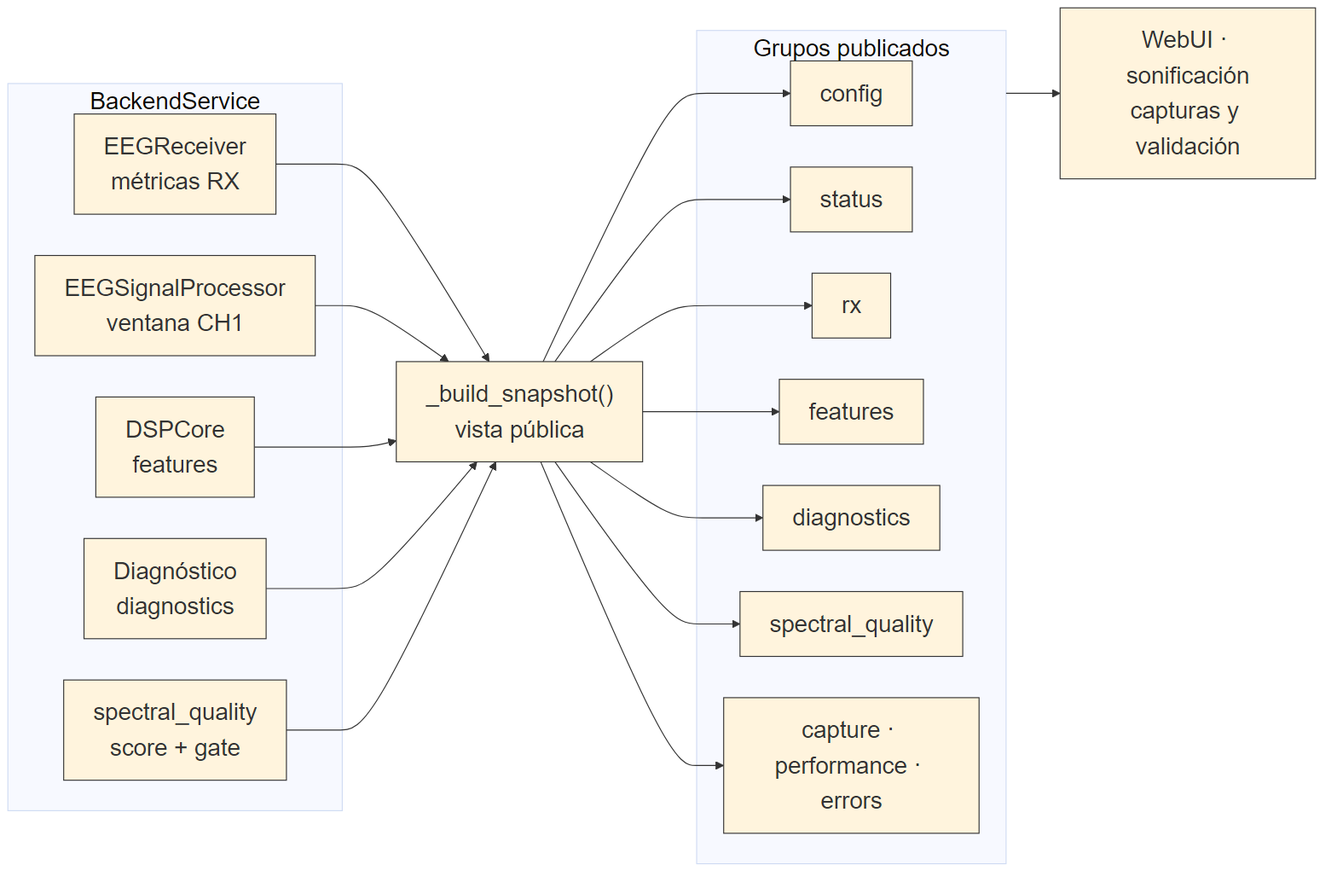
Above: TFG_EEG_MIDI/images/uml/impl_backend_snapshot_schema.png in valtorresm97/REDACCION-TFG (Mermaid), before the change. Its source is kept beside it as TFG_EEG_MIDI/images/uml/impl_backend_snapshot_schema.mmd. Source of this version:
```mermaid
%%{init: {"theme": "base", "themeVariables": {"fontSize": "24px", "fontFamily": "Arial", "primaryBorderColor": "#333333", "lineColor": "#333333"}, "flowchart": {"htmlLabels": true, "nodeSpacing": 42, "rankSpacing": 55, "curve": "basis"}}}%%
flowchart LR
  subgraph backend["BackendService"]
    direction TB
    rx["EEGReceiver<br/>métricas RX"]
    proc["EEGSignalProcessor<br/>ventana CH1"]
    dsp["DSPCore<br/>features"]
    diag["Diagnóstico<br/>diagnostics"]
    qual["spectral_quality<br/>score + gate"]
  end

  rx --> snap["_build_snapshot()<br/>vista pública"]
  proc --> snap
  dsp --> snap
  diag --> snap
  qual --> snap

  subgraph snapshot["Grupos publicados"]
    direction TB
    cfg["config"]
    st["status"]
    rxg["rx"]
    feat["features"]
    diagg["diagnostics"]
    qg["spectral_quality"]
    aux["capture · performance · errors"]
  end

  snap --> cfg
  snap --> st
  snap --> rxg
  snap --> feat
  snap --> diagg
  snap --> qg
  snap --> aux

  snapshot --> consumers["WebUI · sonificación<br/>capturas y validación"]
```
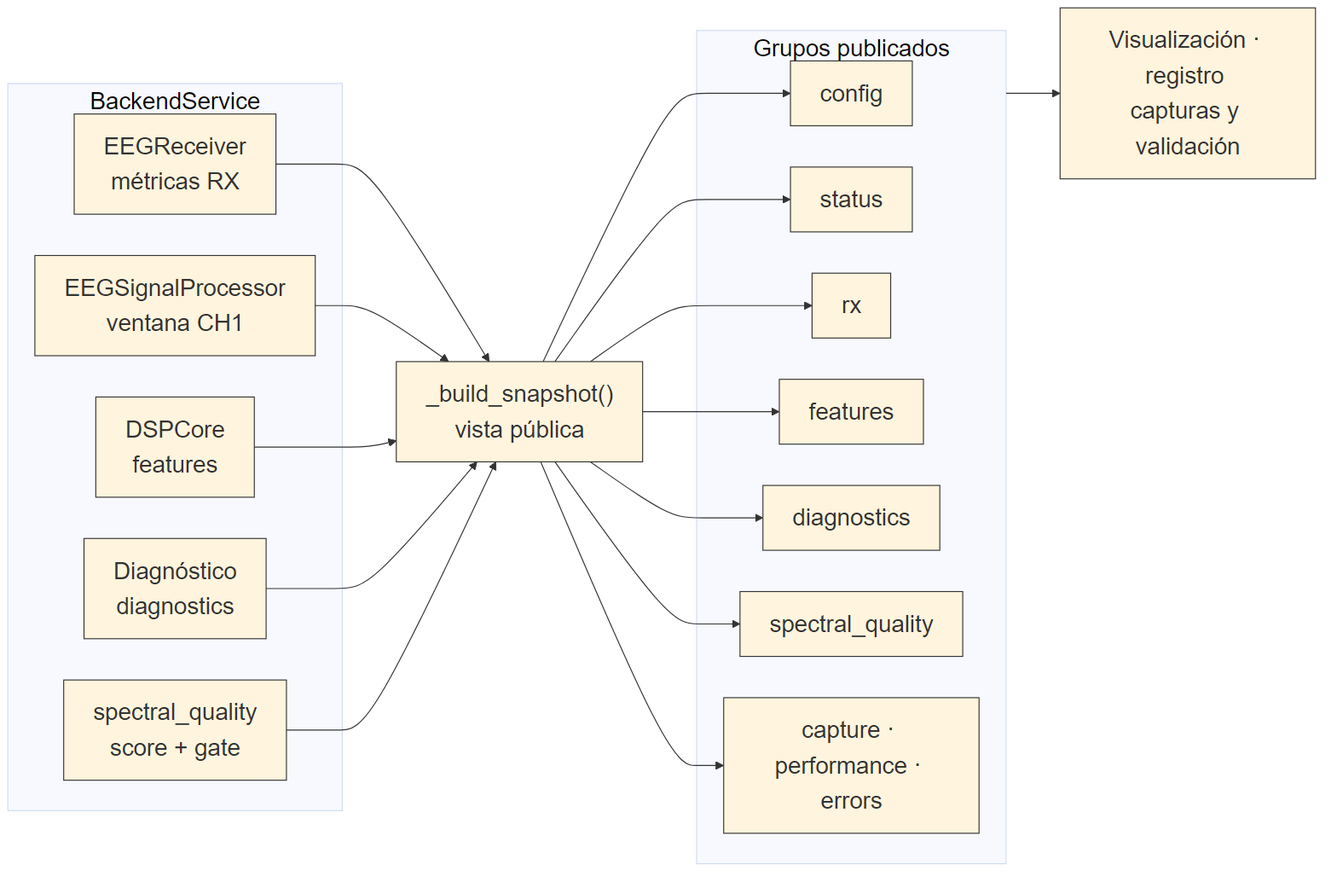
Above is the later version.

Commit message:
Update backend Python implementation section

Diff of the diagram source:
```diff
@@ -34,4 +34,4 @@
   snap --> qg
   snap --> aux
 
-  snapshot --> consumers["WebUI · sonificación<br/>capturas y validación"]
+  snapshot --> consumers["Visualización · registro <br/>capturas y validación"]
```
